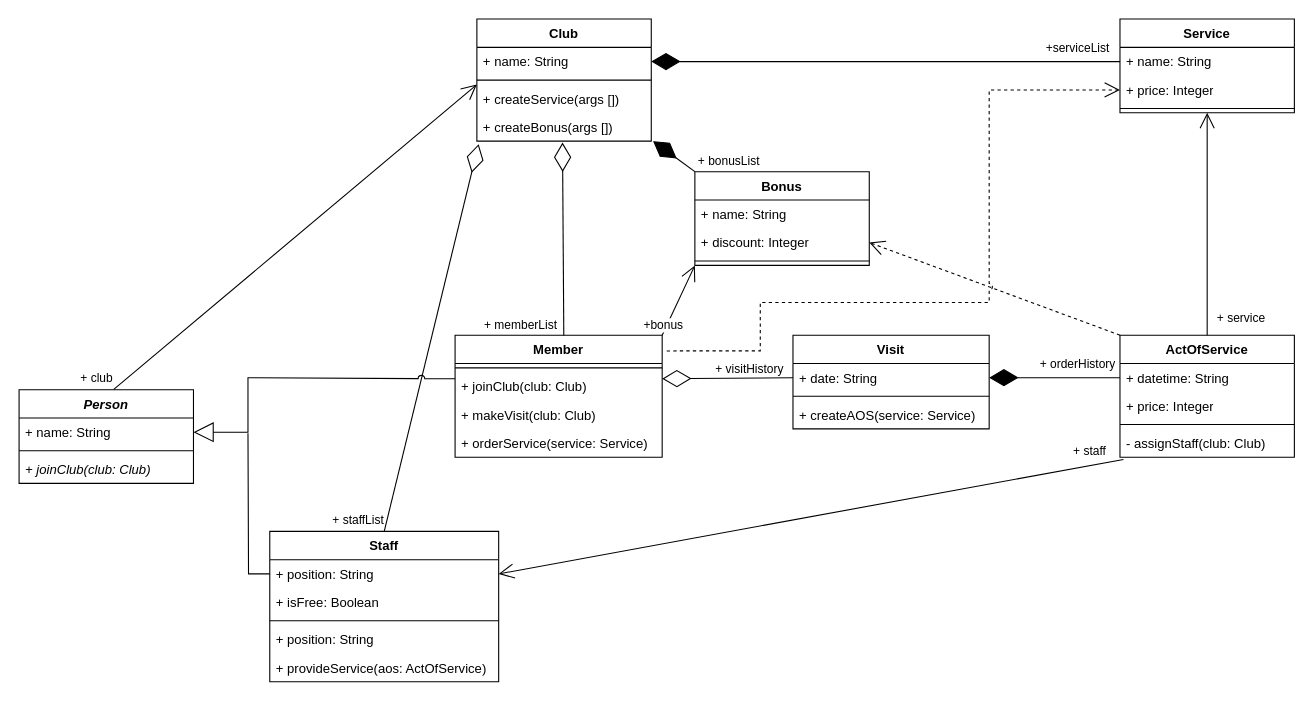
This is page "Диаграмма классов" (1 of 3) of Lab_2/Lab_2.drawio from 4lnULpGkuW/OOAD, a draw.io file, before an edit. Source tidied: cells renumbered, new cells numbered last; positions are measured from the earlier drawing's top-left corner, leaving out a move shared by most shapes. Both pictures are drawn from the tidied source at 109%, with x=0, y=0 at pixel (19, 19).
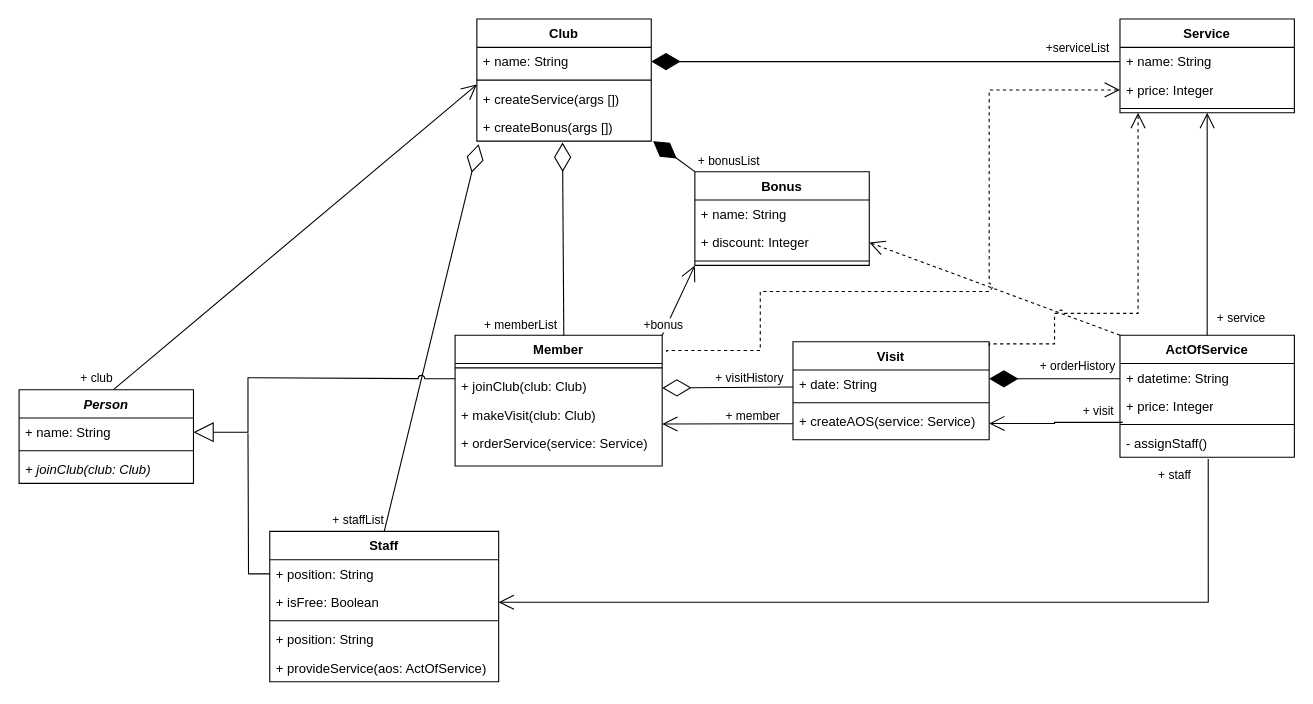
Above is the later version.

The change refers to these unchanged cells:
```xml
<mxCell id="4" value="+ joinClub(club: Club&lt;span style=&quot;background-color: initial;&quot;&gt;)&lt;/span&gt;" style="text;strokeColor=none;fillColor=none;align=left;verticalAlign=top;spacingLeft=4;spacingRight=4;overflow=hidden;points=[[0,0.5],[1,0.5]];portConstraint=eastwest;whiteSpace=wrap;html=1;" parent="2" vertex="1">
  <mxGeometry y="34" width="190" height="26" as="geometry" />
</mxCell>
<mxCell id="14" value="+ price: Integer" style="text;strokeColor=none;fillColor=none;align=left;verticalAlign=top;spacingLeft=4;spacingRight=4;overflow=hidden;points=[[0,0.5],[1,0.5]];portConstraint=eastwest;whiteSpace=wrap;html=1;" parent="12" vertex="1">
  <mxGeometry y="52" width="160" height="26" as="geometry" />
</mxCell>
<mxCell id="21" value="+ date: String" style="text;strokeColor=none;fillColor=none;align=left;verticalAlign=top;spacingLeft=4;spacingRight=4;overflow=hidden;points=[[0,0.5],[1,0.5]];portConstraint=eastwest;whiteSpace=wrap;html=1;" parent="20" vertex="1">
  <mxGeometry y="26" width="180" height="26" as="geometry" />
</mxCell>
<mxCell id="25" value="+ position: String" style="text;strokeColor=none;fillColor=none;align=left;verticalAlign=top;spacingLeft=4;spacingRight=4;overflow=hidden;points=[[0,0.5],[1,0.5]];portConstraint=eastwest;whiteSpace=wrap;html=1;" parent="24" vertex="1">
  <mxGeometry y="26" width="210" height="26" as="geometry" />
</mxCell>
<mxCell id="26" value="+ isFree: Boolean" style="text;strokeColor=none;fillColor=none;align=left;verticalAlign=top;spacingLeft=4;spacingRight=4;overflow=hidden;points=[[0,0.5],[1,0.5]];portConstraint=eastwest;whiteSpace=wrap;html=1;" parent="24" vertex="1">
  <mxGeometry y="52" width="210" height="26" as="geometry" />
</mxCell>
<mxCell id="30" value="ActOfService" style="swimlane;fontStyle=1;align=center;verticalAlign=top;horizontal=1;startSize=26;whiteSpace=wrap;html=1;" parent="1" vertex="1">
  <mxGeometry x="1010" y="290" width="160" height="112" as="geometry" />
</mxCell>
<mxCell id="31" value="+ datetime: String" style="text;strokeColor=none;fillColor=none;align=left;verticalAlign=top;spacingLeft=4;spacingRight=4;overflow=hidden;points=[[0,0.5],[1,0.5]];portConstraint=eastwest;whiteSpace=wrap;html=1;" parent="30" vertex="1">
  <mxGeometry y="26" width="160" height="26" as="geometry" />
</mxCell>
<mxCell id="32" value="+ price: Integer" style="text;strokeColor=none;fillColor=none;align=left;verticalAlign=top;spacingLeft=4;spacingRight=4;overflow=hidden;points=[[0,0.5],[1,0.5]];portConstraint=eastwest;whiteSpace=wrap;html=1;" parent="30" vertex="1">
  <mxGeometry y="52" width="160" height="26" as="geometry" />
</mxCell>
```

Change to the diagram source:
```diff
@@
     <mxCell id="2" value="Member" style="swimlane;fontStyle=1;align=center;verticalAlign=top;horizontal=1;startSize=26;whiteSpace=wrap;html=1;" parent="1" vertex="1">
-      <mxGeometry x="400" y="290" width="190" height="112" as="geometry" />
+      <mxGeometry x="400" y="290" width="190" height="120" as="geometry" />
     </mxCell>
@@
     <mxCell id="6" value="+ orderService(service: Service&lt;span style=&quot;background-color: initial;&quot;&gt;)&lt;/span&gt;" style="text;strokeColor=none;fillColor=none;align=left;verticalAlign=top;spacingLeft=4;spacingRight=4;overflow=hidden;whiteSpace=wrap;html=1;" parent="2" vertex="1">
-      <mxGeometry y="86" width="190" height="26" as="geometry" />
+      <mxGeometry y="86" width="190" height="34" as="geometry" />
     </mxCell>
@@
     <mxCell id="20" value="Visit" style="swimlane;fontStyle=1;align=center;verticalAlign=top;horizontal=1;startSize=26;whiteSpace=wrap;html=1;" parent="1" vertex="1">
-      <mxGeometry x="710" y="290" width="180" height="86" as="geometry" />
+      <mxGeometry x="710" y="296" width="180" height="90" as="geometry" />
     </mxCell>
@@
     <mxCell id="23" value="+ createAOS(service: Service)" style="text;strokeColor=none;fillColor=none;align=left;verticalAlign=top;spacingLeft=4;spacingRight=4;overflow=hidden;points=[[0,0.5],[1,0.5]];portConstraint=eastwest;whiteSpace=wrap;html=1;" parent="20" vertex="1">
-      <mxGeometry y="60" width="180" height="26" as="geometry" />
+      <mxGeometry y="60" width="180" height="30" as="geometry" />
     </mxCell>
@@
-    <mxCell id="34" value="- assignStaff(club: Club)" style="text;strokeColor=none;fillColor=none;align=left;verticalAlign=top;spacingLeft=4;spacingRight=4;overflow=hidden;points=[[0,0.5],[1,0.5]];portConstraint=eastwest;whiteSpace=wrap;html=1;" parent="30" vertex="1">
+    <mxCell id="34" value="- assignStaff()" style="text;strokeColor=none;fillColor=none;align=left;verticalAlign=top;spacingLeft=4;spacingRight=4;overflow=hidden;points=[[0,0.5],[1,0.5]];portConstraint=eastwest;whiteSpace=wrap;html=1;" parent="30" vertex="1">
       <mxGeometry y="86" width="160" height="26" as="geometry" />
     </mxCell>
@@
-    <mxCell id="39" style="endArrow=diamondThin;endFill=0;endSize=24;html=1;rounded=0;exitX=0;exitY=0.5;exitDx=0;exitDy=0;entryX=1;entryY=0.231;entryDx=0;entryDy=0;entryPerimeter=0;" parent="1" edge="1" source="21" target="4">
-      <mxGeometry relative="1" as="geometry" />
+    <mxCell id="39" style="endArrow=diamondThin;endFill=0;endSize=24;html=1;rounded=0;exitX=0;exitY=0.5;exitDx=0;exitDy=0;entryX=1;entryY=0.231;entryDx=0;entryDy=0;entryPerimeter=0;" parent="1" edge="1">
+      <mxGeometry relative="1" as="geometry">
+        <mxPoint x="710" y="337.5" as="sourcePoint" />
+        <mxPoint x="590" y="338.5" as="targetPoint" />
+      </mxGeometry>
     </mxCell>
@@
-    <mxCell id="41" style="endArrow=diamondThin;endFill=1;endSize=24;html=1;rounded=0;entryX=1;entryY=0.5;entryDx=0;entryDy=0;exitX=0;exitY=0.5;exitDx=0;exitDy=0;" parent="1" edge="1" source="31" target="21">
-      <mxGeometry relative="1" as="geometry" />
+    <mxCell id="41" style="endArrow=diamondThin;endFill=1;endSize=24;html=1;rounded=0;entryX=1;entryY=0.5;entryDx=0;entryDy=0;exitX=0;exitY=0.5;exitDx=0;exitDy=0;" parent="1" edge="1">
+      <mxGeometry relative="1" as="geometry">
+        <mxPoint x="1010" y="330" as="sourcePoint" />
+        <mxPoint x="890" y="330" as="targetPoint" />
+      </mxGeometry>
     </mxCell>
@@
-    <mxCell id="47" style="endArrow=open;endFill=1;endSize=12;html=1;rounded=0;entryX=1;entryY=0.5;entryDx=0;entryDy=0;exitX=0.02;exitY=1.077;exitDx=0;exitDy=0;exitPerimeter=0;" parent="1" edge="1" source="34" target="25">
-      <mxGeometry relative="1" as="geometry" />
+    <mxCell id="47" style="endArrow=open;endFill=1;endSize=12;html=1;rounded=0;edgeStyle=orthogonalEdgeStyle;exitX=0.506;exitY=1.062;exitDx=0;exitDy=0;exitPerimeter=0;entryX=1;entryY=0.5;entryDx=0;entryDy=0;" parent="1" edge="1" source="34" target="26">
+      <mxGeometry relative="1" as="geometry">
+        <Array as="points">
+          <mxPoint x="1091" y="535" />
+        </Array>
+      </mxGeometry>
     </mxCell>
     <mxCell id="48" value="+ staff" style="edgeLabel;html=1;align=center;verticalAlign=middle;" parent="47" vertex="1">
       <mxGeometry x="-0.93" relative="1" as="geometry">
-        <mxPoint x="-12" y="-12" as="offset" />
+        <mxPoint x="-31" y="-13" as="offset" />
       </mxGeometry>
     </mxCell>
@@
     <mxCell id="58" style="endArrow=open;endSize=12;dashed=1;html=1;rounded=0;entryX=0;entryY=0.5;entryDx=0;entryDy=0;exitX=1.022;exitY=0.129;exitDx=0;exitDy=0;exitPerimeter=0;edgeStyle=orthogonalEdgeStyle;jumpStyle=arc;" parent="1" edge="1" source="2" target="14">
       <mxGeometry relative="1" as="geometry">
         <Array as="points">
+          <mxPoint x="594" y="304" />
           <mxPoint x="680" y="304" />
-          <mxPoint x="680" y="260" />
-          <mxPoint x="890" y="260" />
+          <mxPoint x="680" y="250" />
+          <mxPoint x="890" y="250" />
           <mxPoint x="890" y="65" />
         </Array>
       </mxGeometry>
     </mxCell>
@@
+    <mxCell id="63" style="endArrow=open;endSize=12;html=1;rounded=0;entryX=1;entryY=0.5;entryDx=0;entryDy=0;" parent="1" edge="1" source="23">
+      <mxGeometry relative="1" as="geometry">
+        <mxPoint x="590" y="371.5" as="targetPoint" />
+      </mxGeometry>
+    </mxCell>
+    <mxCell id="64" value="+ member" style="edgeLabel;html=1;align=center;verticalAlign=middle;" parent="63" vertex="1">
+      <mxGeometry x="-0.16" relative="1" as="geometry">
+        <mxPoint x="12" y="-8" as="offset" />
+      </mxGeometry>
+    </mxCell>
+    <mxCell id="65" style="endArrow=open;endSize=12;dashed=1;html=1;rounded=0;edgeStyle=orthogonalEdgeStyle;jumpStyle=arc;" parent="1" edge="1">
+      <mxGeometry relative="1" as="geometry">
+        <mxPoint x="890" y="300" as="sourcePoint" />
+        <mxPoint x="1026.6" y="86" as="targetPoint" />
+        <Array as="points">
+          <mxPoint x="890" y="298" />
+          <mxPoint x="950" y="298" />
+          <mxPoint x="950" y="270" />
+          <mxPoint x="1027" y="270" />
+        </Array>
+      </mxGeometry>
+    </mxCell>
+    <mxCell id="66" value="+ visit" style="endArrow=open;endSize=12;html=1;rounded=0;edgeStyle=orthogonalEdgeStyle;entryX=1;entryY=0.5;entryDx=0;entryDy=0;exitX=0.016;exitY=1.077;exitDx=0;exitDy=0;exitPerimeter=0;" parent="1" edge="1" source="32" target="23">
+      <mxGeometry x="-0.63" y="-10" relative="1" as="geometry" />
+    </mxCell>
```
